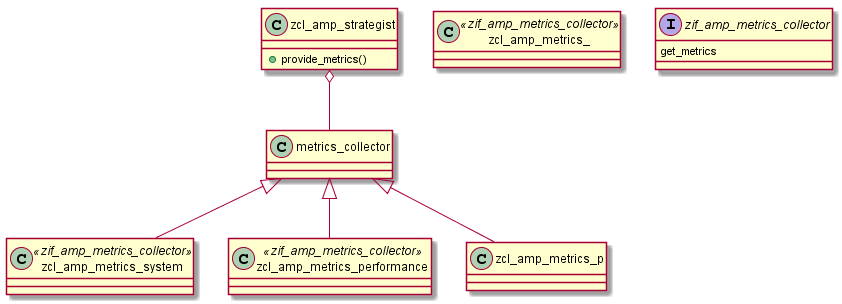
abap-observability-tools/abap-metrics-provider keeps this PlantUML diagram as out/architecture/architecture_class/provider.png. Above is the earlier version. The source it was exported from:
```plantuml
@startuml provider

class zcl_amp_strategist{
  + provide_metrics()
}

class zcl_amp_metrics_system <<zif_amp_metrics_collector>>
class zcl_amp_metrics_performance <<zif_amp_metrics_collector>>
class zcl_amp_metrics_ <<zif_amp_metrics_collector>>

interface zif_amp_metrics_collector{
  get_metrics
}

zcl_amp_strategist o-- metrics_collector

metrics_collector <|-- zcl_amp_metrics_system
metrics_collector <|-- zcl_amp_metrics_performance
metrics_collector <|-- zcl_amp_metrics_p

@enduml
```
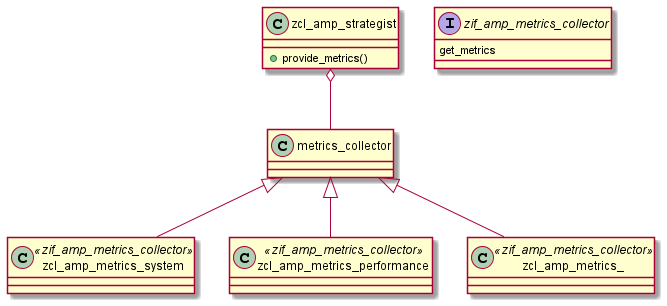
After the commit.

Commit message:
architectur png generated and headings added

Diff of the diagram source:
```diff
@@ -16,6 +16,6 @@
 
 metrics_collector <|-- zcl_amp_metrics_system
 metrics_collector <|-- zcl_amp_metrics_performance
-metrics_collector <|-- zcl_amp_metrics_p
+metrics_collector <|-- zcl_amp_metrics_
 
 @enduml
```
